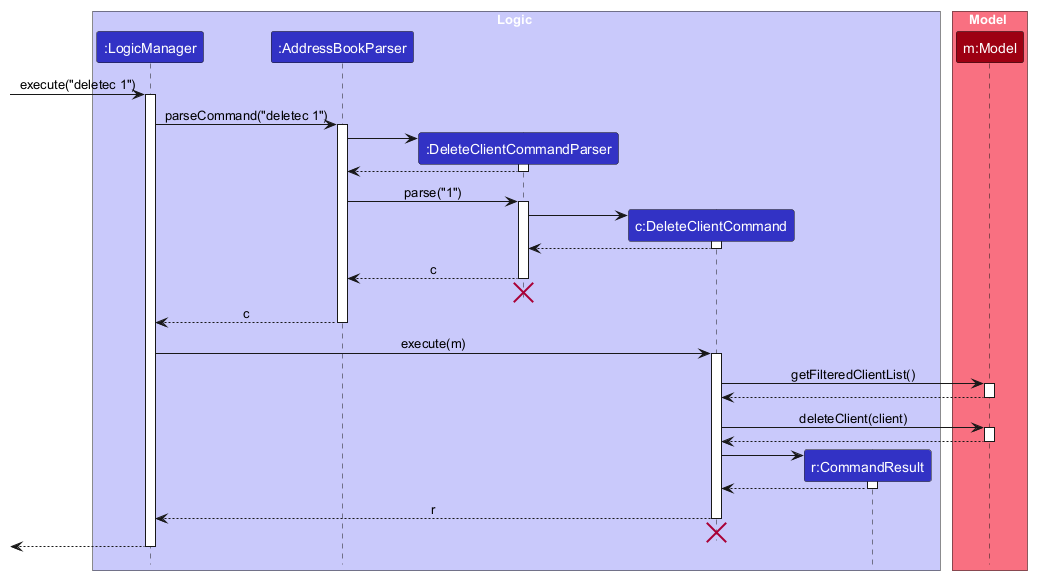
The PlantUML diagram docs/images/DeleteClientSequenceDiagram.png in AY2627S1-CS2103T-F10-4/tp, before a commit.
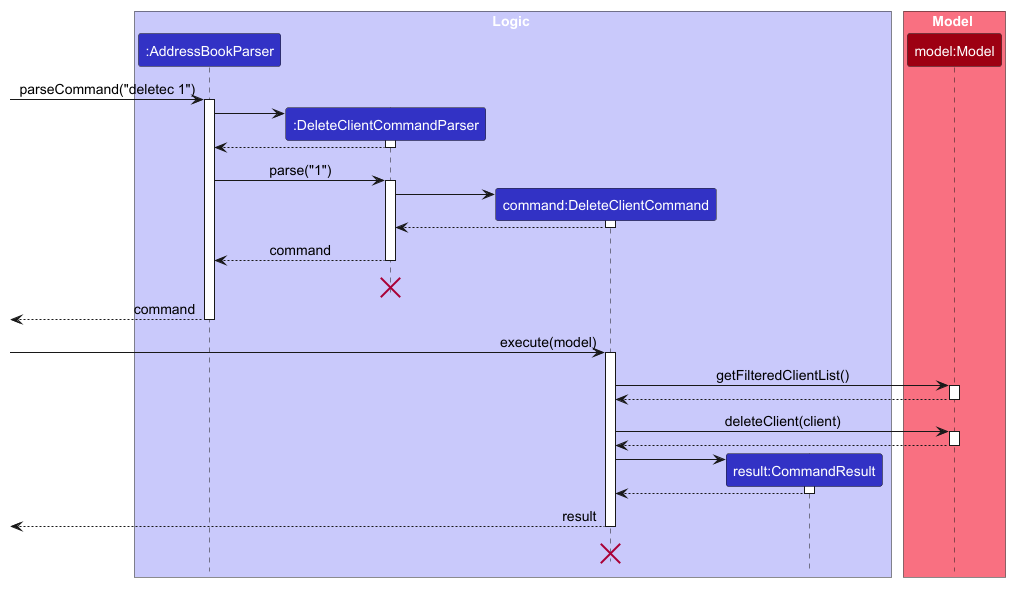
The same diagram one commit later.

Commit message:
Add more UML diagrams to DG

Change to the diagram source:
```diff
@@ -1,77 +1,52 @@
 @startuml
 !include style.puml
 skinparam ArrowFontStyle plain
+skinparam defaultFontSize 14
 
 box Logic LOGIC_COLOR_T1
-participant ":LogicManager" as LogicManager LOGIC_COLOR
-participant ":AddressBookParser" as AddressBookParser LOGIC_COLOR
-participant ":DeleteClientCommandParser" as DeleteClientCommandParser LOGIC_COLOR
-participant "c:DeleteClientCommand" as DeleteClientCommand LOGIC_COLOR
-participant "r:CommandResult" as CommandResult LOGIC_COLOR
+participant ":AddressBookParser" as abParser LOGIC_COLOR
+participant ":DeleteClientCommandParser" as commandParser LOGIC_COLOR
+participant "command:DeleteClientCommand" as command LOGIC_COLOR
+participant "result:CommandResult" as result LOGIC_COLOR
 end box
 
 box Model MODEL_COLOR_T1
-participant "m:Model" as Model MODEL_COLOR
+participant "model:Model" as Model MODEL_COLOR
 end box
 
-[-> LogicManager : execute("deletec 1")
-activate LogicManager
+[-> abParser : parseCommand("deletec 1")
+activate abParser
 
-LogicManager -> AddressBookParser : parseCommand("deletec 1")
-activate AddressBookParser
+create commandParser
+abParser -> commandParser ++
+commandParser --> abParser --
 
-create DeleteClientCommandParser
-AddressBookParser -> DeleteClientCommandParser
-activate DeleteClientCommandParser
+abParser -> commandParser ++ : parse("1")
 
-DeleteClientCommandParser --> AddressBookParser
-deactivate DeleteClientCommandParser
+create command
+commandParser -> command ++
+command --> commandParser --
 
-AddressBookParser -> DeleteClientCommandParser : parse("1")
-activate DeleteClientCommandParser
+commandParser --> abParser -- : command
+commandParser -[hidden]> commandParser
+destroy commandParser
 
-create DeleteClientCommand
-DeleteClientCommandParser -> DeleteClientCommand
-activate DeleteClientCommand
+[<-- abParser -- : command
 
-DeleteClientCommand --> DeleteClientCommandParser :
-deactivate DeleteClientCommand
+[-> command ++ : execute(model)
 
-DeleteClientCommandParser --> AddressBookParser : c
-deactivate DeleteClientCommandParser
-DeleteClientCommandParser -[hidden]-> AddressBookParser
-destroy DeleteClientCommandParser
+command -> Model ++ : getFilteredClientList()
+Model --> command --
 
-AddressBookParser --> LogicManager : c
-deactivate AddressBookParser
+command -> Model ++ : deleteClient(client)
+Model --> command --
 
-LogicManager -> DeleteClientCommand : execute(m)
-activate DeleteClientCommand
+create result
+command -> result ++
+result --> command --
 
-DeleteClientCommand -> Model : getFilteredClientList()
-activate Model
+[<-- command -- : result
+command -[hidden]> command
+destroy command
 
-Model --> DeleteClientCommand
-deactivate Model
-
-DeleteClientCommand -> Model : deleteClient(client)
-activate Model
-
-Model --> DeleteClientCommand
-deactivate Model
-
-create CommandResult
-DeleteClientCommand -> CommandResult
-activate CommandResult
-
-CommandResult --> DeleteClientCommand
-deactivate CommandResult
-
-DeleteClientCommand --> LogicManager : r
-deactivate DeleteClientCommand
-DeleteClientCommand -[hidden]-> LogicManager
-destroy DeleteClientCommand
-
-[<--LogicManager
-deactivate LogicManager
 @enduml
```
